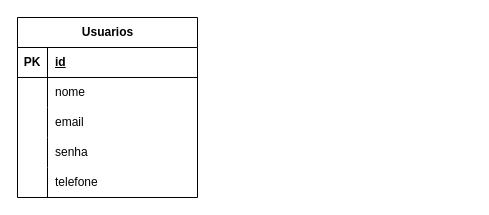
Before: Diagrama sem nome.drawio in ViniciusHirata/PDI-VINICIUS, a draw.io diagram. Source tidied: cells renumbered, new cells numbered last; positions are measured from the earlier drawing's top-left corner, leaving out a move shared by most shapes. Both pictures are drawn from the tidied source at 100%, with x=0, y=0 at pixel (17, 17).
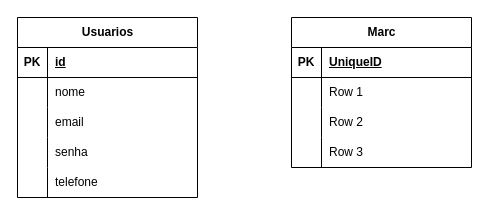
The same page after the edit.

Diff of the diagram source:
```diff
@@
+    <mxCell id="18" value="Marc" style="shape=table;startSize=30;childLayout=tableLayout;rowLines=0;fontStyle=1;align=center;html=1;" parent="1" vertex="1">
+      <mxGeometry x="274" width="180" height="150" as="geometry" />
+    </mxCell>
+    <mxCell id="19" style="shape=tableRow;horizontal=0;startSize=0;swimlaneHead=0;swimlaneBody=0;fillColor=none;top=0;left=0;right=0;bottom=1;" parent="18" vertex="1">
+      <mxGeometry y="30" width="180" height="30" as="geometry" />
+    </mxCell>
+    <mxCell id="20" value="PK" style="shape=partialRectangle;fillColor=none;top=0;left=0;bottom=0;right=0;fontStyle=1;overflow=hidden;whiteSpace=wrap;html=1;" parent="19" vertex="1">
+      <mxGeometry width="30" height="30" as="geometry" />
+    </mxCell>
+    <mxCell id="21" value="UniqueID" style="shape=partialRectangle;fillColor=none;top=0;left=0;bottom=0;right=0;align=left;spacingLeft=6;fontStyle=5;overflow=hidden;whiteSpace=wrap;html=1;" parent="19" vertex="1">
+      <mxGeometry x="30" width="150" height="30" as="geometry" />
+    </mxCell>
+    <mxCell id="22" style="shape=tableRow;horizontal=0;startSize=0;swimlaneHead=0;swimlaneBody=0;fillColor=none;top=0;left=0;right=0;bottom=0;" parent="18" vertex="1">
+      <mxGeometry y="60" width="180" height="30" as="geometry" />
+    </mxCell>
+    <mxCell id="23" style="shape=partialRectangle;fillColor=none;top=0;left=0;bottom=0;right=0;overflow=hidden;whiteSpace=wrap;html=1;" parent="22" vertex="1">
+      <mxGeometry width="30" height="30" as="geometry" />
+    </mxCell>
+    <mxCell id="24" value="Row 1" style="shape=partialRectangle;fillColor=none;top=0;left=0;bottom=0;right=0;align=left;spacingLeft=6;overflow=hidden;whiteSpace=wrap;html=1;" parent="22" vertex="1">
+      <mxGeometry x="30" width="150" height="30" as="geometry" />
+    </mxCell>
+    <mxCell id="25" style="shape=tableRow;horizontal=0;startSize=0;swimlaneHead=0;swimlaneBody=0;fillColor=none;top=0;left=0;right=0;bottom=0;" parent="18" vertex="1">
+      <mxGeometry y="90" width="180" height="30" as="geometry" />
+    </mxCell>
+    <mxCell id="26" style="shape=partialRectangle;fillColor=none;top=0;left=0;bottom=0;right=0;overflow=hidden;whiteSpace=wrap;html=1;" parent="25" vertex="1">
+      <mxGeometry width="30" height="30" as="geometry" />
+    </mxCell>
+    <mxCell id="27" value="Row 2" style="shape=partialRectangle;fillColor=none;top=0;left=0;bottom=0;right=0;align=left;spacingLeft=6;overflow=hidden;whiteSpace=wrap;html=1;" parent="25" vertex="1">
+      <mxGeometry x="30" width="150" height="30" as="geometry" />
+    </mxCell>
+    <mxCell id="28" style="shape=tableRow;horizontal=0;startSize=0;swimlaneHead=0;swimlaneBody=0;fillColor=none;top=0;left=0;right=0;bottom=0;" parent="18" vertex="1">
+      <mxGeometry y="120" width="180" height="30" as="geometry" />
+    </mxCell>
+    <mxCell id="29" style="shape=partialRectangle;fillColor=none;top=0;left=0;bottom=0;right=0;overflow=hidden;whiteSpace=wrap;html=1;" parent="28" vertex="1">
+      <mxGeometry width="30" height="30" as="geometry" />
+    </mxCell>
+    <mxCell id="30" value="Row 3" style="shape=partialRectangle;fillColor=none;top=0;left=0;bottom=0;right=0;align=left;spacingLeft=6;overflow=hidden;whiteSpace=wrap;html=1;" parent="28" vertex="1">
+      <mxGeometry x="30" width="150" height="30" as="geometry" />
+    </mxCell>
```
